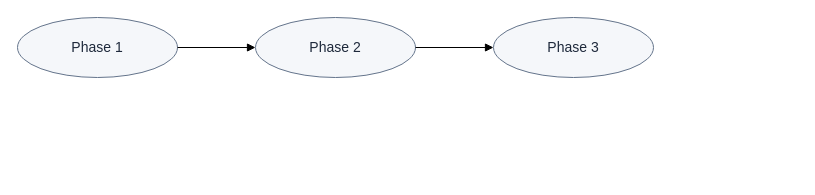
Above: examples/12-timeline/generated-timeline.drawio in XU-QiYi/ai-diagram-tool (draw.io), before the change. Source tidied: cells renumbered, new cells numbered last; positions are measured from the earlier drawing's top-left corner, leaving out a move shared by most shapes. Both pictures are drawn from the tidied source at 100%, with x=0, y=0 at pixel (17, 17).
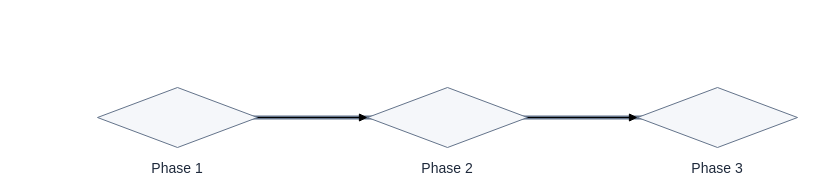
After the change.

Change to the diagram source:
```diff
@@
 <mxGraphModel>
   <root>
     <mxCell id="0" />
     <mxCell id="1" parent="0" />
+    <mxCell id="7" style="shape=rectangle;whiteSpace=wrap;html=1;fillColor=#64748B;strokeColor=none;rounded=0;" parent="1" vertex="1">
+      <mxGeometry x="90" y="98" width="680" height="4" as="geometry" />
+    </mxCell>
-    <mxCell id="2" value="Phase 1" style="whiteSpace=wrap;html=1;ellipse;fillColor=#F5F7FA;strokeColor=#64748B;fontColor=#1E293B;fontSize=14;strokeWidth=1;spacing=8;" parent="1" vertex="1">
-      <mxGeometry width="160" height="60" as="geometry" />
+    <mxCell id="2" value="Phase 1" style="whiteSpace=wrap;html=1;shape=rhombus;verticalLabelPosition=bottom;verticalAlign=top;fillColor=#F5F7FA;strokeColor=#64748B;fontColor=#1E293B;fontSize=14;strokeWidth=1;spacing=8;" parent="1" vertex="1">
+      <mxGeometry x="80" y="70" width="160" height="60" as="geometry" />
     </mxCell>
-    <mxCell id="3" value="Phase 2" style="whiteSpace=wrap;html=1;ellipse;fillColor=#F5F7FA;strokeColor=#64748B;fontColor=#1E293B;fontSize=14;strokeWidth=1;spacing=8;" parent="1" vertex="1">
-      <mxGeometry x="238" width="160" height="60" as="geometry" />
+    <mxCell id="3" value="Phase 2" style="whiteSpace=wrap;html=1;shape=rhombus;verticalLabelPosition=bottom;verticalAlign=top;fillColor=#F5F7FA;strokeColor=#64748B;fontColor=#1E293B;fontSize=14;strokeWidth=1;spacing=8;" parent="1" vertex="1">
+      <mxGeometry x="350" y="70" width="160" height="60" as="geometry" />
     </mxCell>
-    <mxCell id="4" value="Phase 3" style="whiteSpace=wrap;html=1;ellipse;fillColor=#F5F7FA;strokeColor=#64748B;fontColor=#1E293B;fontSize=14;strokeWidth=1;spacing=8;" parent="1" vertex="1">
-      <mxGeometry x="476" width="160" height="60" as="geometry" />
+    <mxCell id="4" value="Phase 3" style="whiteSpace=wrap;html=1;shape=rhombus;verticalLabelPosition=bottom;verticalAlign=top;fillColor=#F5F7FA;strokeColor=#64748B;fontColor=#1E293B;fontSize=14;strokeWidth=1;spacing=8;" parent="1" vertex="1">
+      <mxGeometry x="620" y="70" width="160" height="60" as="geometry" />
     </mxCell>
-    <mxCell id="5" style="edgeStyle=orthogonalEdgeStyle;rounded=0;jettySize=auto;html=1;strokeColor=#000000;fontColor=#000000;endArrow=block;edgeStyle=none;strokeColor=#000000;fontColor=#000000;" parent="1" edge="1" source="2" target="3">
+    <mxCell id="5" style="edgeStyle=orthogonalEdgeStyle;rounded=0;jettySize=auto;html=1;strokeColor=#000000;fontColor=#000000;labelBackgroundColor=#FFFFFF;endArrow=block;edgeStyle=none;exitX=1;exitY=0.5;exitDx=0;exitDy=0;entryX=0;entryY=0.5;entryDx=0;entryDy=0;strokeColor=#000000;fontColor=#000000;" parent="1" edge="1" source="2" target="3">
       <mxGeometry relative="1" as="geometry" />
     </mxCell>
-    <mxCell id="6" style="edgeStyle=orthogonalEdgeStyle;rounded=0;jettySize=auto;html=1;strokeColor=#000000;fontColor=#000000;endArrow=block;edgeStyle=none;strokeColor=#000000;fontColor=#000000;" parent="1" edge="1" source="3" target="4">
+    <mxCell id="6" style="edgeStyle=orthogonalEdgeStyle;rounded=0;jettySize=auto;html=1;strokeColor=#000000;fontColor=#000000;labelBackgroundColor=#FFFFFF;endArrow=block;edgeStyle=none;exitX=1;exitY=0.5;exitDx=0;exitDy=0;entryX=0;entryY=0.5;entryDx=0;entryDy=0;strokeColor=#000000;fontColor=#000000;" parent="1" edge="1" source="3" target="4">
       <mxGeometry relative="1" as="geometry" />
     </mxCell>
   </root>
 </mxGraphModel>
```
